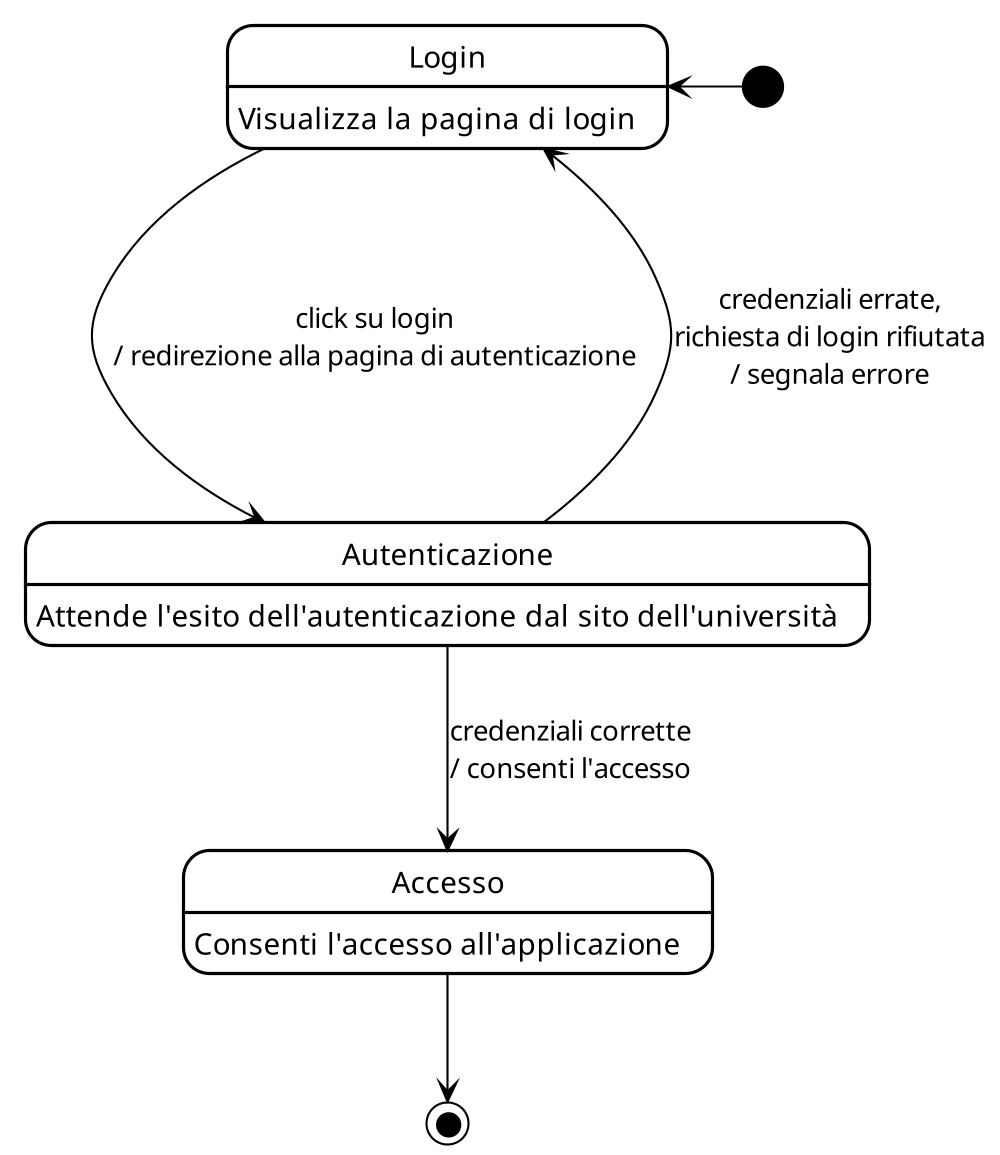
Before: diagrams/2.state_diagram/state_finale/login.png, a diagram exported from PlantUML (tomasel/IS_Univents). Its diagram source:
```plantuml
@startuml
!theme plain
scale 1000 width

[*] -left-> Login
Login ---> Autenticazione : click su login\n/ redirezione alla pagina di autenticazione

state Autenticazione <<choice>>
Autenticazione --> Accesso : credenziali corrette\n/ consenti l'accesso
Autenticazione -right-> Login : credenziali errate,\nrichiesta di login rifiutata\n/ segnala errore

Accesso --> [*]

Login : Visualizza la pagina di login
Autenticazione : Attende l'esito dell'autenticazione dal sito dell'università
Accesso : Consenti l'accesso all'applicazione

@enduml
```
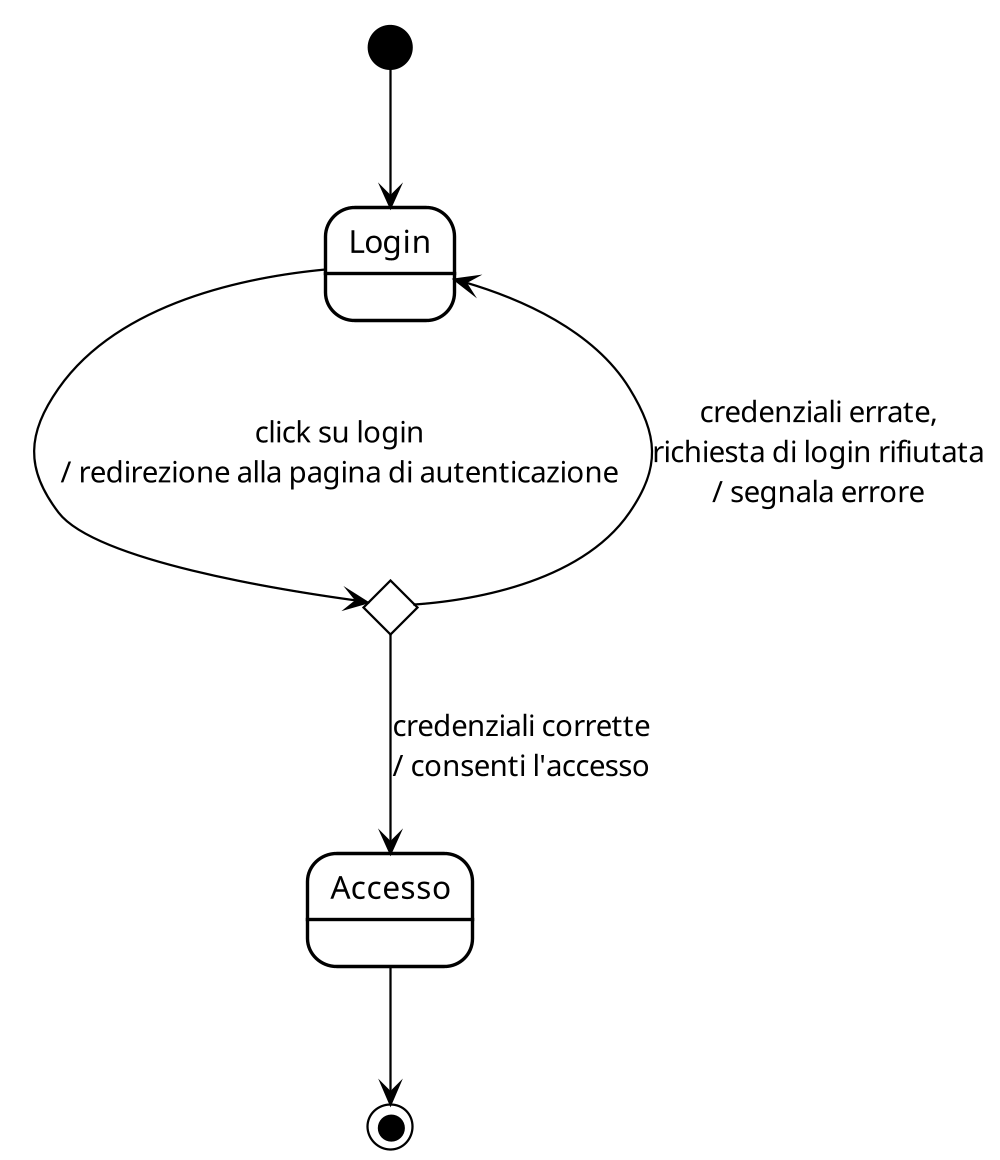
After the change.

Change to the diagram source:
```diff
@@ -2,17 +2,13 @@
 !theme plain
 scale 1000 width
 
-[*] -left-> Login
-Login ---> Autenticazione : click su login\n/ redirezione alla pagina di autenticazione
 
+[*] --> Login
 state Autenticazione <<choice>>
+Login -down-> Autenticazione : click su login\n/ redirezione alla pagina di autenticazione
+
 Autenticazione --> Accesso : credenziali corrette\n/ consenti l'accesso
-Autenticazione -right-> Login : credenziali errate,\nrichiesta di login rifiutata\n/ segnala errore
-
+Autenticazione --> Login : credenziali errate,\nrichiesta di login rifiutata\n/ segnala errore
 Accesso --> [*]
 
-Login : Visualizza la pagina di login
-Autenticazione : Attende l'esito dell'autenticazione dal sito dell'università
-Accesso : Consenti l'accesso all'applicazione
-
 @enduml
```
